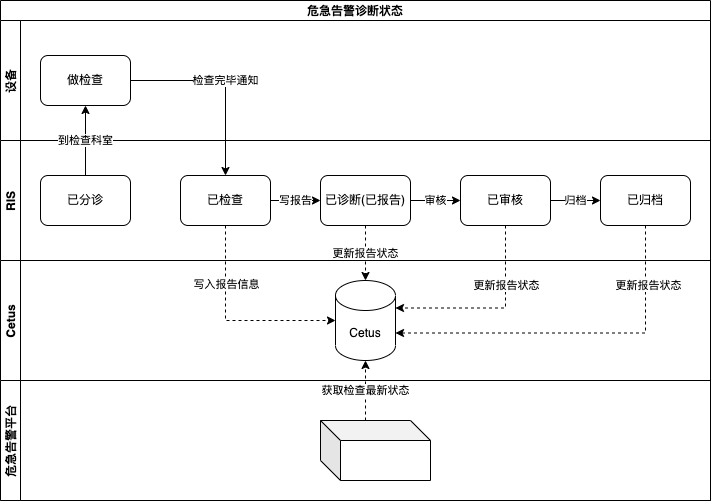
The draw.io diagram uih/output/千县-危急告警平台状态.drawio.png in xzs603/draw.io, before a commit. Source tidied: cells renumbered, new cells last; positions are measured from the earlier drawing's top-left corner, leaving out a move shared by most shapes.
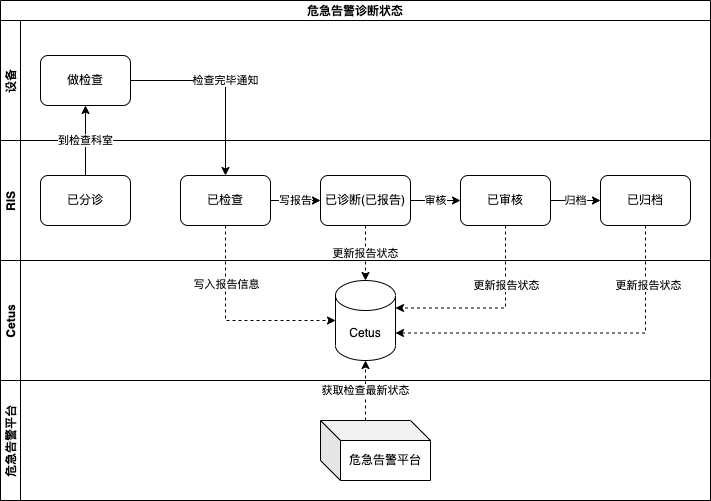
After the change.

What changed in the source:
```diff
@@ -78,7 +78,7 @@
     <mxCell id="25" value="危急告警平台" style="swimlane;startSize=20;horizontal=0;" parent="2" vertex="1">
       <mxGeometry y="380" width="710" height="120" as="geometry" />
     </mxCell>
-    <mxCell id="26" style="shape=cube;whiteSpace=wrap;html=1;boundedLbl=1;backgroundOutline=1;darkOpacity=0.05;darkOpacity2=0.1;" parent="25" vertex="1">
+    <mxCell id="26" value="危急告警平台" style="shape=cube;whiteSpace=wrap;html=1;boundedLbl=1;backgroundOutline=1;darkOpacity=0.05;darkOpacity2=0.1;" parent="25" vertex="1">
       <mxGeometry x="320" y="40" width="110" height="60" as="geometry" />
     </mxCell>
     <mxCell id="27" value="获取检查最新状态" style="edgeStyle=orthogonalEdgeStyle;rounded=0;jettySize=auto;html=1;exitX=0;exitY=0;exitDx=45;exitDy=0;exitPerimeter=0;entryX=0.5;entryY=1;entryDx=0;entryDy=0;entryPerimeter=0;dashed=1;" parent="2" edge="1" source="26" target="15">
```
